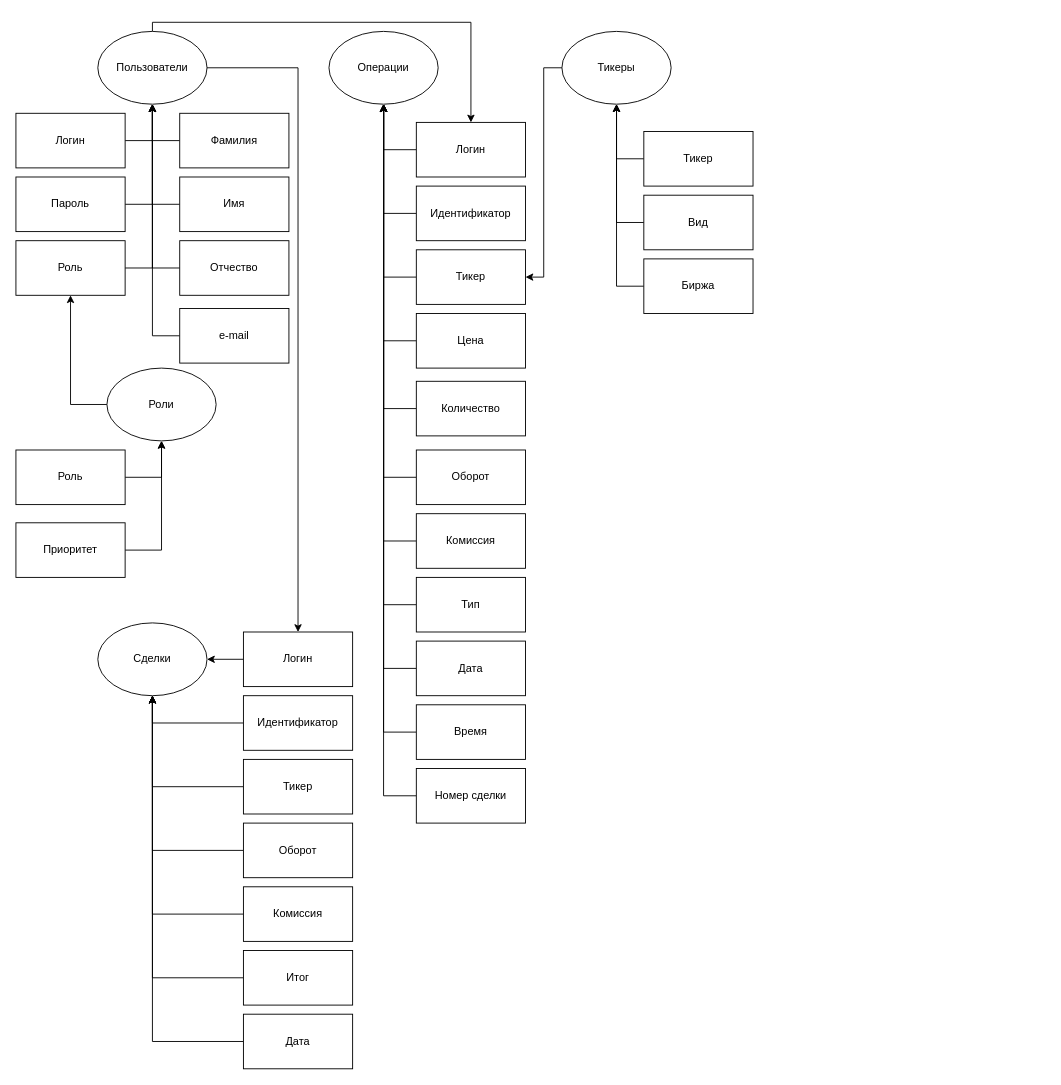
This is БД_TradingJournal.drawio from SEGAGAMES/TraderJournal, a draw.io file, before an edit. Source tidied: cells renumbered, new cells numbered last; positions are measured from the earlier drawing's top-left corner, leaving out a move shared by most shapes. Both pictures are drawn from the tidied source at 91%, with x=0, y=0 at pixel (15, 22).
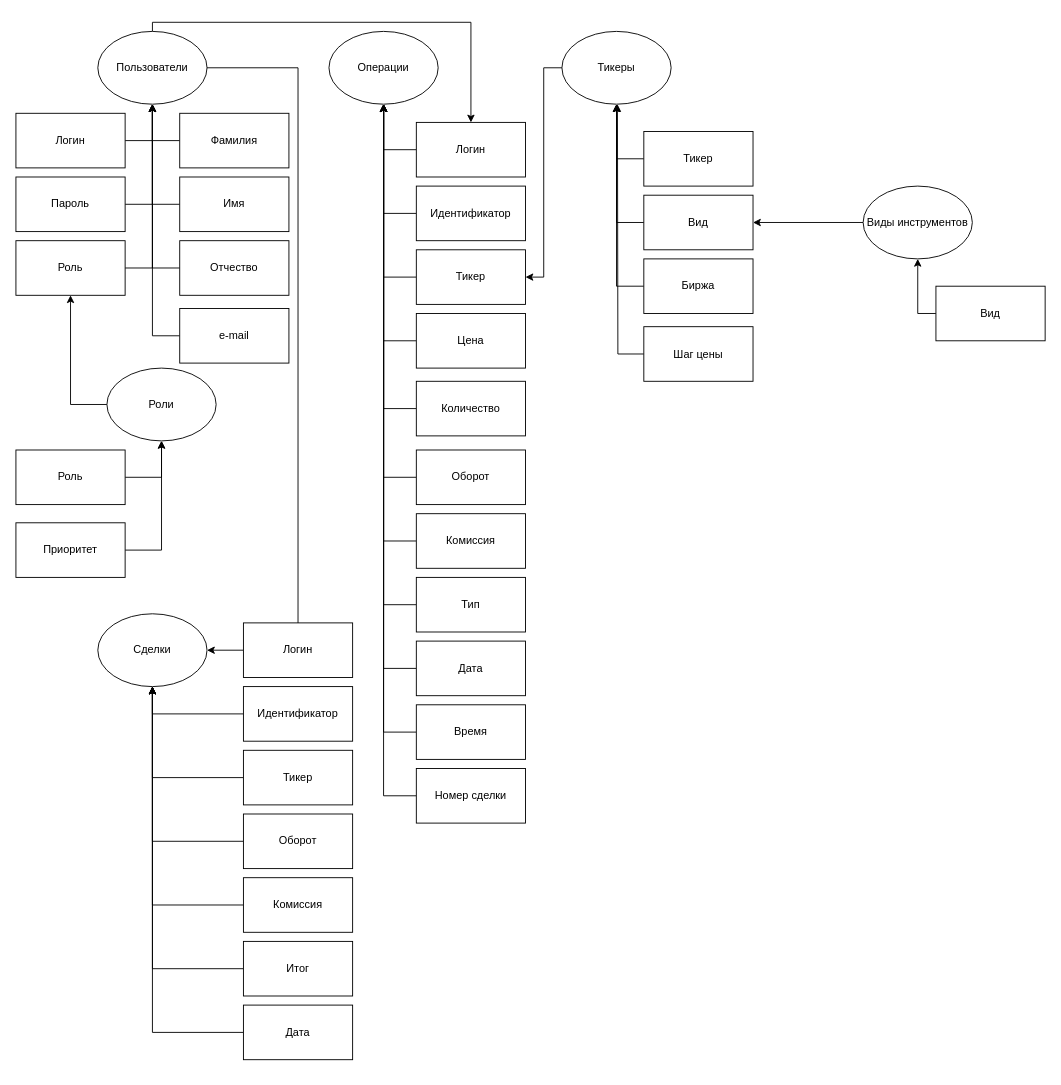
Above is the later version.

Unchanged cells that the change refers to:
```xml
<mxCell id="11" value="Вид" style="rounded=0;whiteSpace=wrap;html=1;" parent="1" vertex="1">
  <mxGeometry x="690" y="190" width="120" height="60" as="geometry" />
</mxCell>
```

What changed in the source:
```diff
@@
     <mxCell id="54" value="Сделки" style="ellipse;whiteSpace=wrap;html=1;" parent="1" vertex="1">
-      <mxGeometry x="90" y="660" width="120" height="80" as="geometry" />
+      <mxGeometry x="90" y="650" width="120" height="80" as="geometry" />
     </mxCell>
@@
     <mxCell id="58" value="Логин" style="rounded=0;whiteSpace=wrap;html=1;" parent="1" vertex="1">
-      <mxGeometry x="250" y="670" width="120" height="60" as="geometry" />
+      <mxGeometry x="250" y="660" width="120" height="60" as="geometry" />
     </mxCell>
@@
     <mxCell id="60" value="Идентификатор" style="rounded=0;whiteSpace=wrap;html=1;" parent="1" vertex="1">
-      <mxGeometry x="250" y="740" width="120" height="60" as="geometry" />
+      <mxGeometry x="250" y="730" width="120" height="60" as="geometry" />
     </mxCell>
@@
     <mxCell id="62" value="Оборот" style="rounded=0;whiteSpace=wrap;html=1;" parent="1" vertex="1">
-      <mxGeometry x="250" y="880" width="120" height="60" as="geometry" />
+      <mxGeometry x="250" y="870" width="120" height="60" as="geometry" />
     </mxCell>
@@
     <mxCell id="64" value="Комиссия" style="rounded=0;whiteSpace=wrap;html=1;" parent="1" vertex="1">
-      <mxGeometry x="250" y="950" width="120" height="60" as="geometry" />
+      <mxGeometry x="250" y="940" width="120" height="60" as="geometry" />
     </mxCell>
@@
     <mxCell id="66" value="Тикер" style="rounded=0;whiteSpace=wrap;html=1;" parent="1" vertex="1">
-      <mxGeometry x="250" y="810" width="120" height="60" as="geometry" />
+      <mxGeometry x="250" y="800" width="120" height="60" as="geometry" />
     </mxCell>
@@
     <mxCell id="68" value="Итог" style="rounded=0;whiteSpace=wrap;html=1;" parent="1" vertex="1">
-      <mxGeometry x="250" y="1020" width="120" height="60" as="geometry" />
+      <mxGeometry x="250" y="1010" width="120" height="60" as="geometry" />
     </mxCell>
@@
     <mxCell id="70" value="Дата" style="rounded=0;whiteSpace=wrap;html=1;" parent="1" vertex="1">
-      <mxGeometry x="250" y="1090" width="120" height="60" as="geometry" />
+      <mxGeometry x="250" y="1080" width="120" height="60" as="geometry" />
     </mxCell>
+    <mxCell id="71" style="edgeStyle=orthogonalEdgeStyle;rounded=0;jettySize=auto;html=1;exitX=0;exitY=0.5;exitDx=0;exitDy=0;" parent="1" edge="1" source="72">
+      <mxGeometry relative="1" as="geometry">
+        <mxPoint x="661" y="90" as="targetPoint" />
+      </mxGeometry>
+    </mxCell>
+    <mxCell id="72" value="Шаг цены" style="rounded=0;whiteSpace=wrap;html=1;" parent="1" vertex="1">
+      <mxGeometry x="690" y="334.5" width="120" height="60" as="geometry" />
+    </mxCell>
+    <mxCell id="73" style="edgeStyle=orthogonalEdgeStyle;rounded=0;jettySize=auto;html=1;exitX=0;exitY=0.5;exitDx=0;exitDy=0;entryX=1;entryY=0.5;entryDx=0;entryDy=0;" parent="1" edge="1" source="74" target="11">
+      <mxGeometry relative="1" as="geometry" />
+    </mxCell>
+    <mxCell id="74" value="Виды инструментов" style="ellipse;whiteSpace=wrap;html=1;" parent="1" vertex="1">
+      <mxGeometry x="931" y="180" width="120" height="80" as="geometry" />
+    </mxCell>
+    <mxCell id="75" style="edgeStyle=orthogonalEdgeStyle;rounded=0;jettySize=auto;html=1;exitX=0;exitY=0.5;exitDx=0;exitDy=0;entryX=0.5;entryY=1;entryDx=0;entryDy=0;" parent="1" edge="1" source="76" target="74">
+      <mxGeometry relative="1" as="geometry" />
+    </mxCell>
+    <mxCell id="76" value="Вид" style="rounded=0;whiteSpace=wrap;html=1;" parent="1" vertex="1">
+      <mxGeometry x="1011" y="290" width="120" height="60" as="geometry" />
+    </mxCell>
```
